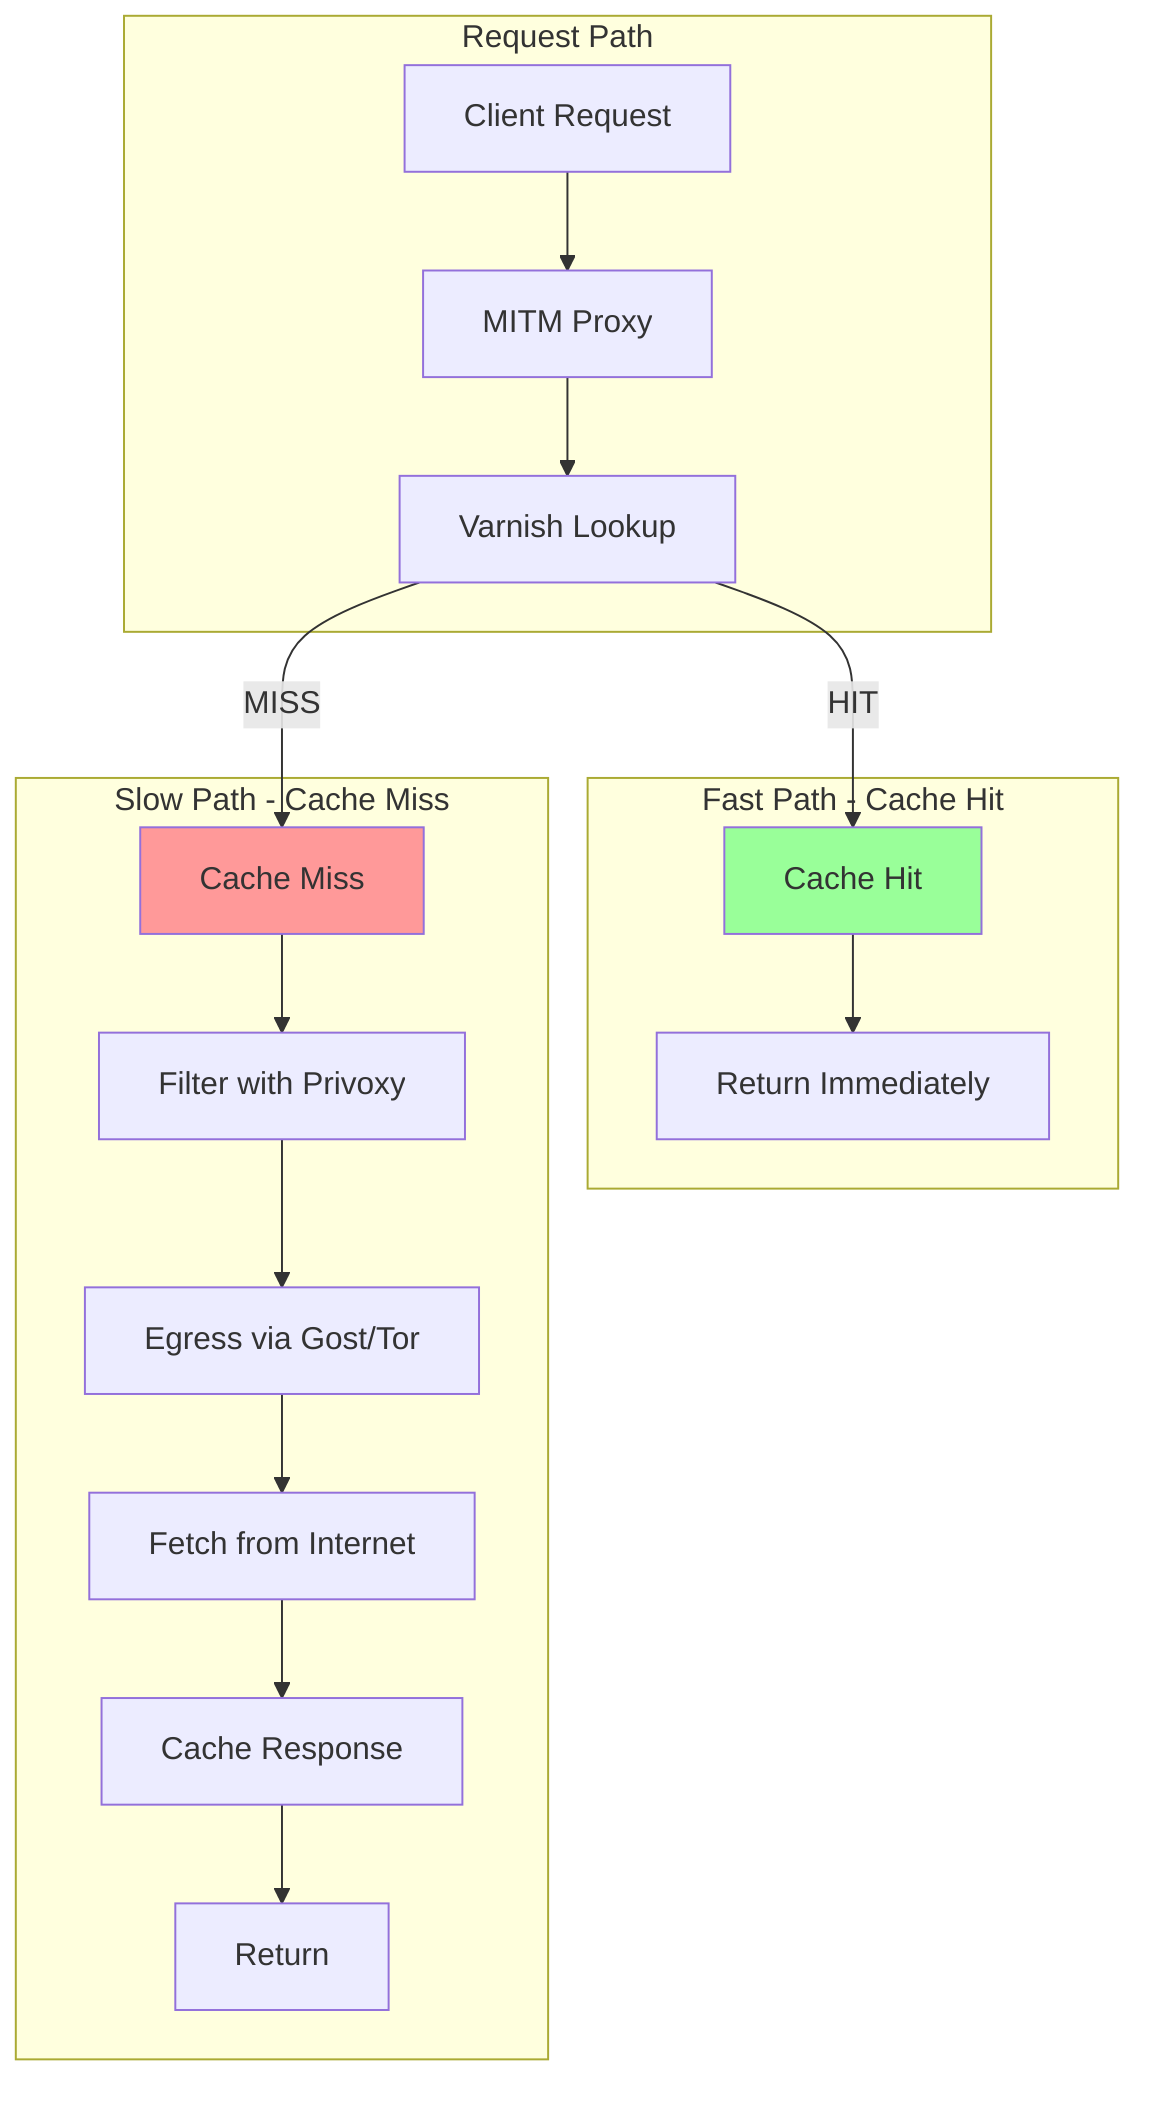
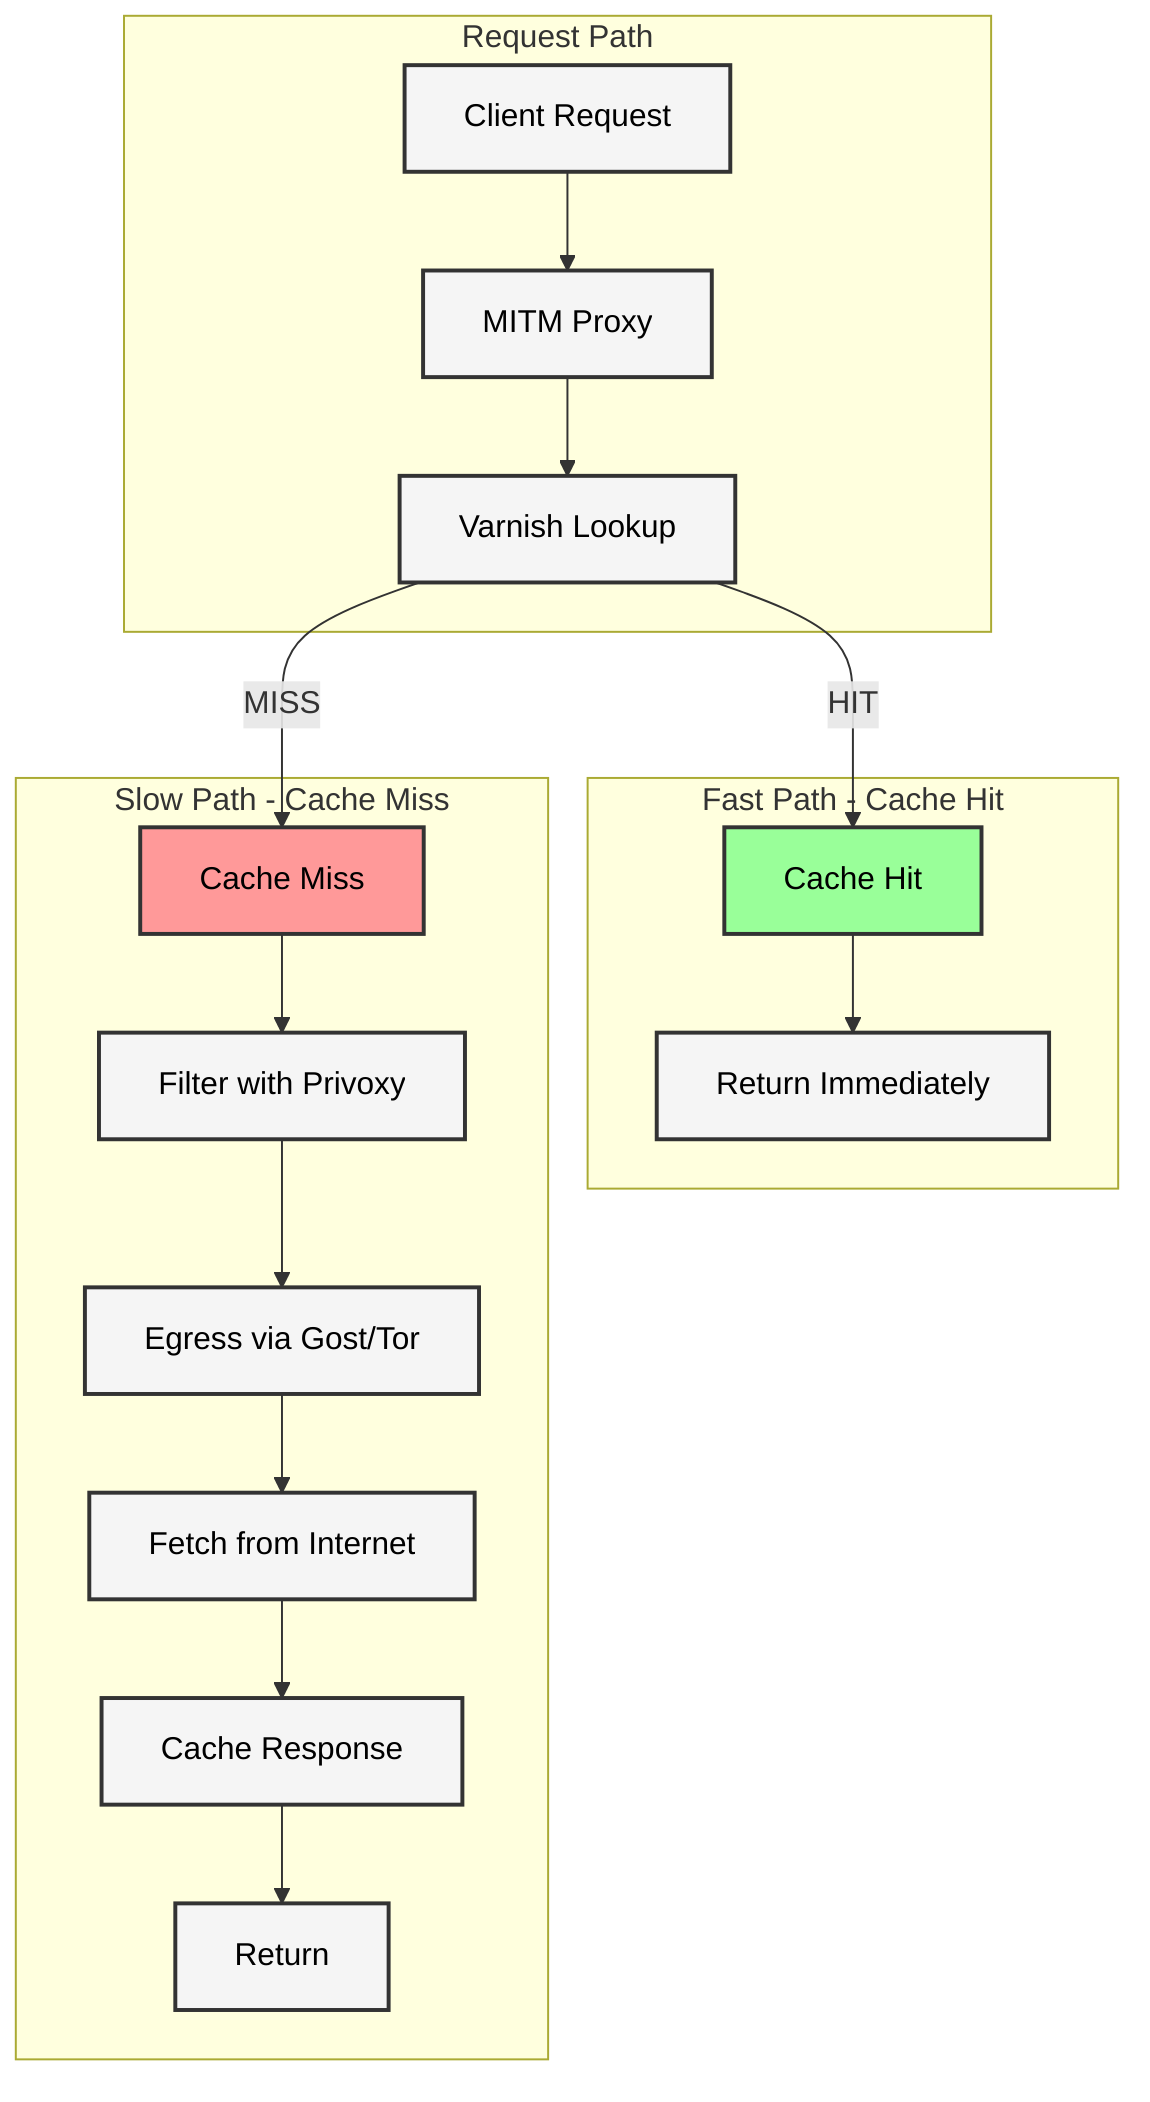
graph TB
+     classDef default fill:#f5f5f5,stroke:#333,stroke-width:2px,color:#000000
    subgraph "Request Path"
        R1[Client Request]
        R2[MITM Proxy]
        R3[Varnish Lookup]
    end

    subgraph "Fast Path - Cache Hit"
        F1[Cache Hit]
        F2[Return Immediately]
    end

    subgraph "Slow Path - Cache Miss"
        S1[Cache Miss]
        S2[Filter with Privoxy]
        S3[Egress via Gost/Tor]
        S4[Fetch from Internet]
        S5[Cache Response]
        S6[Return]
    end

    R1 --> R2
    R2 --> R3

    R3 -->|HIT| F1
    F1 --> F2

    R3 -->|MISS| S1
    S1 --> S2
    S2 --> S3
    S3 --> S4
    S4 --> S5
    S5 --> S6

-     style F1 fill:#99ff99
-     style S1 fill:#ff9999
+     style F1 fill:#99ff99,stroke:#333,stroke-width:2px,color:#000000
+     style S1 fill:#ff9999,stroke:#333,stroke-width:2px,color:#000000
